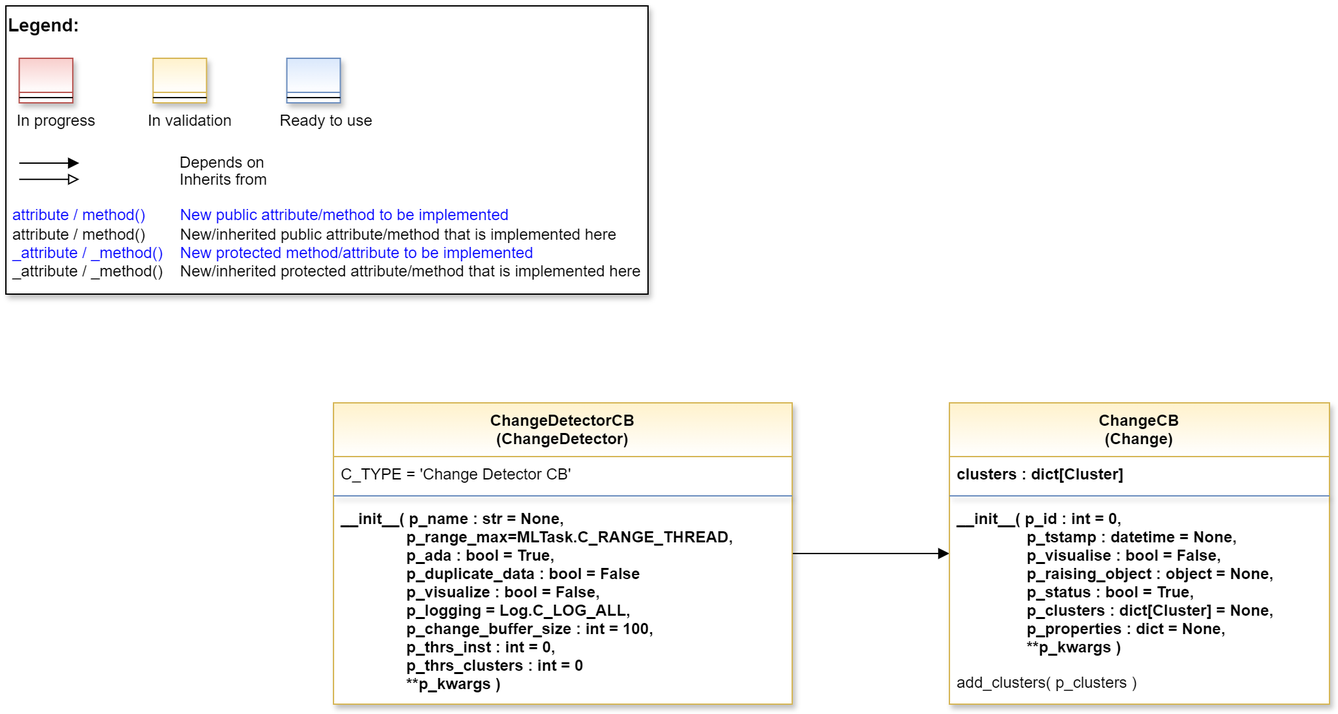
Above: doc/rtd/content/99_appendices/appendix2/sub/mlpro_oa/streams/30_change_detection/00_cluster_based/images/MLPro-OA-Change-Detectors-CB_class_diagram.drawio.png in fhswf/MLPro (draw.io), before the change. Source tidied: cells renumbered, new cells last; positions are measured from the earlier drawing's top-left corner, leaving out a move shared by most shapes. The source it was exported from:
```xml
<mxGraphModel>
  <root>
    <mxCell id="0" />
    <mxCell id="1" parent="0" />
    <mxCell id="2" style="group;" parent="1" vertex="1">
      <mxGeometry width="490" height="220" as="geometry" />
    </mxCell>
    <mxCell id="3" value="&lt;font color=&quot;#000000&quot; size=&quot;1&quot;&gt;&lt;b style=&quot;font-size: 14px&quot;&gt;Legend:&lt;br&gt;&lt;/b&gt;&lt;/font&gt;&lt;br&gt;&lt;br&gt;&lt;br&gt;&lt;font color=&quot;#0000ff&quot; style=&quot;font-size: 6px&quot;&gt;&lt;br&gt;&lt;/font&gt;&lt;span style=&quot;color: rgb(0 , 0 , 0)&quot;&gt;&lt;font style=&quot;font-size: 4px&quot;&gt;&amp;nbsp; &amp;nbsp;&lt;/font&gt;&amp;nbsp;In progress&amp;nbsp; &amp;nbsp; &amp;nbsp; &amp;nbsp; &amp;nbsp; &amp;nbsp; In validation&amp;nbsp; &amp;nbsp; &amp;nbsp; &amp;nbsp; &amp;nbsp; &amp;nbsp;Ready to use&lt;/span&gt;&lt;font color=&quot;#000000&quot;&gt;&amp;nbsp;&lt;br&gt;&lt;/font&gt;&lt;font color=&quot;#0000ff&quot;&gt;&lt;br&gt;&lt;br&gt;&lt;br&gt;&lt;br&gt;&amp;nbsp;attribute / method()&amp;nbsp; &amp;nbsp; &amp;nbsp; &amp;nbsp; New public attribute/method to be implemented&lt;/font&gt;&lt;br&gt;&lt;font color=&quot;#000000&quot;&gt;&amp;nbsp;&lt;/font&gt;&lt;font color=&quot;#000000&quot;&gt;attribute / method()&lt;span&gt; &lt;/span&gt;&amp;nbsp; &amp;nbsp; &amp;nbsp; &amp;nbsp;New/inherited public attribute/method that is implemented here&lt;br&gt;&lt;/font&gt;&lt;font color=&quot;#0000ff&quot;&gt;&amp;nbsp;_attribute /&amp;nbsp;&lt;/font&gt;&lt;font color=&quot;#0000ff&quot;&gt;_method()&amp;nbsp; &amp;nbsp; New protected method/attribute to be implemented&lt;/font&gt;&lt;br&gt;&lt;font color=&quot;#000000&quot;&gt;&amp;nbsp;_attribute / _method()&amp;nbsp; &amp;nbsp; New/inherited protected attribute/method that is implemented here&lt;br&gt;&lt;/font&gt;&lt;font color=&quot;#000000&quot;&gt;&lt;br&gt;&lt;br&gt;&lt;br&gt;&lt;br&gt;&lt;br&gt;&lt;/font&gt;" style="text;html=1;align=left;verticalAlign=top;whiteSpace=wrap;rounded=0;fontColor=#006600;strokeColor=#000000;shadow=1;fillColor=#ffffff;" parent="2" vertex="1">
      <mxGeometry width="490" height="220" as="geometry" />
    </mxCell>
    <mxCell id="4" value="Depends on" style="endArrow=block;html=1;labelPosition=right;verticalLabelPosition=middle;align=left;verticalAlign=middle;endFill=1;fontSize=12;" parent="2" edge="1">
      <mxGeometry x="-1623.1" y="-2180" as="geometry">
        <mxPoint x="10.2" y="120" as="sourcePoint" />
        <mxPoint x="56" y="120" as="targetPoint" />
        <Array as="points">
          <mxPoint x="30.6" y="120" />
        </Array>
        <mxPoint x="98" as="offset" />
      </mxGeometry>
    </mxCell>
    <mxCell id="5" value="Inherits from" style="endArrow=block;html=1;labelPosition=right;verticalLabelPosition=middle;align=left;verticalAlign=middle;endFill=0;fontSize=12;" parent="2" edge="1">
      <mxGeometry x="-1623.1" y="-2180" as="geometry">
        <mxPoint x="10.2" y="132.4" as="sourcePoint" />
        <mxPoint x="56" y="132.4" as="targetPoint" />
        <mxPoint x="98" y="1" as="offset" />
      </mxGeometry>
    </mxCell>
    <mxCell id="6" style="swimlane;fontStyle=3;align=center;verticalAlign=top;horizontal=1;startSize=26;rounded=0;shadow=1;strokeWidth=1;fillColor=#f8cecc;strokeColor=#b85450;gradientColor=#ffffff;swimlaneFillColor=#ffffff;" parent="2" vertex="1">
      <mxGeometry x="10.2" y="40" width="40.8" height="34" as="geometry" />
    </mxCell>
    <mxCell id="7" style="line;html=1;strokeWidth=1;align=left;verticalAlign=middle;spacingTop=-1;spacingLeft=3;spacingRight=3;labelPosition=right;" parent="6" vertex="1">
      <mxGeometry y="26" width="40.8" height="8" as="geometry" />
    </mxCell>
    <mxCell id="8" style="swimlane;fontStyle=3;align=center;verticalAlign=top;horizontal=1;startSize=26;rounded=0;shadow=1;strokeWidth=1;fillColor=#fff2cc;strokeColor=#d6b656;gradientColor=#ffffff;swimlaneFillColor=#ffffff;" parent="2" vertex="1">
      <mxGeometry x="112.3" y="40" width="40.8" height="34" as="geometry" />
    </mxCell>
    <mxCell id="9" style="line;html=1;strokeWidth=1;align=left;verticalAlign=middle;spacingTop=-1;spacingLeft=3;spacingRight=3;labelPosition=right;" parent="8" vertex="1">
      <mxGeometry y="26" width="40.8" height="8" as="geometry" />
    </mxCell>
    <mxCell id="10" style="swimlane;fontStyle=3;align=center;verticalAlign=top;horizontal=1;startSize=26;rounded=0;shadow=1;strokeWidth=1;fillColor=#dae8fc;strokeColor=#6c8ebf;gradientColor=#ffffff;swimlaneFillColor=#ffffff;" parent="2" vertex="1">
      <mxGeometry x="214.4" y="40" width="40.8" height="34" as="geometry" />
    </mxCell>
    <mxCell id="11" style="line;html=1;strokeWidth=1;align=left;verticalAlign=middle;spacingTop=-1;spacingLeft=3;spacingRight=3;labelPosition=right;" parent="10" vertex="1">
      <mxGeometry y="26" width="40.8" height="8" as="geometry" />
    </mxCell>
    <mxCell id="12" style="edgeStyle=orthogonalEdgeStyle;rounded=0;jettySize=auto;html=1;endArrow=block;endFill=1;" parent="1" edge="1" source="13" target="17">
      <mxGeometry relative="1" as="geometry" />
    </mxCell>
    <mxCell id="13" value="ChangeDetectorCB&#10;(ChangeDetector)" style="swimlane;align=center;verticalAlign=top;horizontal=1;startSize=41;rounded=0;shadow=1;strokeWidth=1;fillColor=#fff2cc;strokeColor=#d6b656;swimlaneFillColor=#ffffff;gradientColor=#FFFFFF;" parent="1" vertex="1">
      <mxGeometry x="250" y="303" width="350" height="230" as="geometry" />
    </mxCell>
    <mxCell id="14" value="C_TYPE = 'Change Detector CB'" style="text;align=left;verticalAlign=top;spacingLeft=4;spacingRight=4;overflow=hidden;fontStyle=0;fontColor=default;" parent="13" vertex="1">
      <mxGeometry y="41" width="350" height="26" as="geometry" />
    </mxCell>
    <mxCell id="15" style="line;html=1;strokeWidth=1;align=center;verticalAlign=top;spacingTop=-1;spacingLeft=3;spacingRight=3;labelPosition=right;rounded=0;shadow=1;strokeColor=#6c8ebf;swimlaneFillColor=#ffffff;fontFamily=Helvetica;fontSize=12;fontColor=default;fontStyle=3;fillColor=#dae8fc;gradientColor=#ffffff;" parent="13" vertex="1">
      <mxGeometry y="67" width="350" height="8" as="geometry" />
    </mxCell>
    <mxCell id="16" value="__init__( p_name : str = None,&#10;               p_range_max=MLTask.C_RANGE_THREAD,&#10;               p_ada : bool = True,&#10;               p_duplicate_data : bool = False&#10;               p_visualize : bool = False,&#10;               p_logging = Log.C_LOG_ALL,&#10;               p_change_buffer_size : int = 100,&#10;               p_thrs_inst : int = 0,&#10;               p_thrs_clusters : int = 0&#10;               **p_kwargs )" style="text;align=left;verticalAlign=top;spacingLeft=4;spacingRight=4;overflow=hidden;fontStyle=1;" parent="13" vertex="1">
      <mxGeometry y="75" width="350" height="155" as="geometry" />
    </mxCell>
    <mxCell id="17" value="ChangeCB&#10;(Change)" style="swimlane;fontStyle=1;align=center;verticalAlign=top;horizontal=1;startSize=41;rounded=0;shadow=1;strokeWidth=1;fillColor=#fff2cc;strokeColor=#d6b656;swimlaneFillColor=#ffffff;fontFamily=Helvetica;fontSize=12;gradientColor=#FFFFFF;" parent="1" vertex="1">
      <mxGeometry x="720" y="303" width="290" height="230" as="geometry" />
    </mxCell>
    <mxCell id="18" value="clusters : dict[Cluster]" style="text;align=left;verticalAlign=top;spacingLeft=4;spacingRight=4;overflow=hidden;fontStyle=1;" parent="17" vertex="1">
      <mxGeometry y="41" width="290" height="26" as="geometry" />
    </mxCell>
    <mxCell id="19" style="line;html=1;strokeWidth=1;align=center;verticalAlign=top;spacingTop=-1;spacingLeft=3;spacingRight=3;labelPosition=right;rounded=0;shadow=1;strokeColor=#6c8ebf;swimlaneFillColor=#ffffff;fontFamily=Helvetica;fontSize=12;fontColor=default;fontStyle=1;fillColor=#dae8fc;gradientColor=#ffffff;" parent="17" vertex="1">
      <mxGeometry y="67" width="290" height="8" as="geometry" />
    </mxCell>
    <mxCell id="20" value="__init__( p_id : int = 0,&#10;                p_tstamp : datetime = None,&#10;                p_visualise : bool = False,&#10;                p_raising_object : object = None,&#10;                p_status : bool = True,&#10;                p_clusters : dict[Cluster] = None,&#10;                p_properties : dict = None,&#10;                **p_kwargs )" style="text;align=left;verticalAlign=top;spacingLeft=4;spacingRight=4;overflow=hidden;fontStyle=1;" parent="17" vertex="1">
      <mxGeometry y="75" width="290" height="125" as="geometry" />
    </mxCell>
    <mxCell id="21" value="add_clusters( p_clusters )" style="text;align=left;verticalAlign=top;spacingLeft=4;spacingRight=4;overflow=hidden;points=[[0,0.5],[1,0.5]];portConstraint=eastwest;fontStyle=0;" parent="17" vertex="1">
      <mxGeometry y="200" width="290" height="26" as="geometry" />
    </mxCell>
  </root>
</mxGraphModel>
```
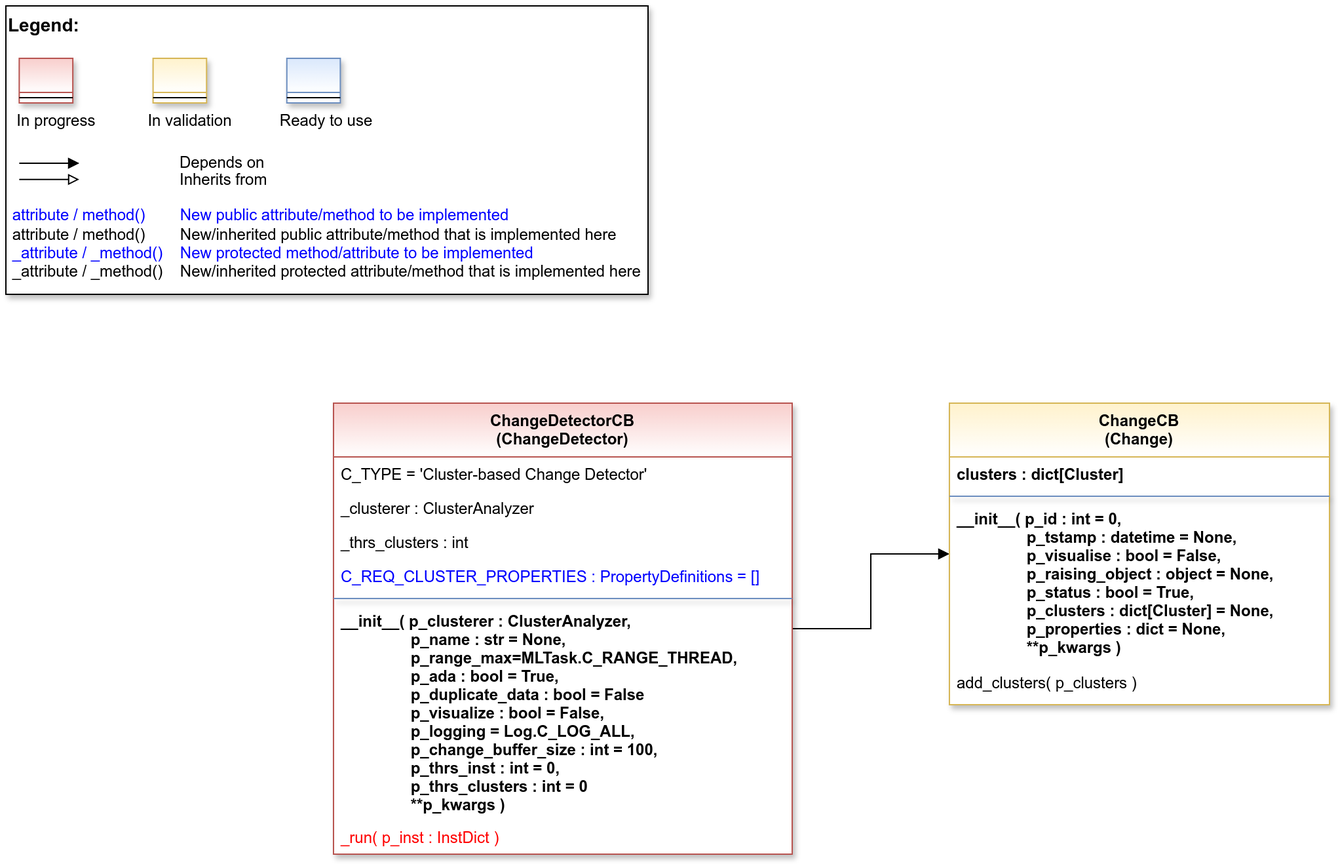
Above is the later version.

Commit message:
OA: Introduction of cluster-based Change Detection #1202

Change to the diagram source:
```diff
@@ -43,35 +43,47 @@
     <mxCell id="11" style="line;html=1;strokeWidth=1;align=left;verticalAlign=middle;spacingTop=-1;spacingLeft=3;spacingRight=3;labelPosition=right;" parent="10" vertex="1">
       <mxGeometry y="26" width="40.8" height="8" as="geometry" />
     </mxCell>
-    <mxCell id="12" style="edgeStyle=orthogonalEdgeStyle;rounded=0;jettySize=auto;html=1;endArrow=block;endFill=1;" parent="1" edge="1" source="13" target="17">
+    <mxCell id="12" style="edgeStyle=orthogonalEdgeStyle;rounded=0;jettySize=auto;html=1;endArrow=block;endFill=1;" parent="1" edge="1" source="13" target="21">
       <mxGeometry relative="1" as="geometry" />
     </mxCell>
-    <mxCell id="13" value="ChangeDetectorCB&#10;(ChangeDetector)" style="swimlane;align=center;verticalAlign=top;horizontal=1;startSize=41;rounded=0;shadow=1;strokeWidth=1;fillColor=#fff2cc;strokeColor=#d6b656;swimlaneFillColor=#ffffff;gradientColor=#FFFFFF;" parent="1" vertex="1">
-      <mxGeometry x="250" y="303" width="350" height="230" as="geometry" />
+    <mxCell id="13" value="ChangeDetectorCB&#10;(ChangeDetector)" style="swimlane;align=center;verticalAlign=top;horizontal=1;startSize=41;rounded=0;shadow=1;strokeWidth=1;fillColor=#f8cecc;strokeColor=#b85450;swimlaneFillColor=#ffffff;gradientColor=#FFFFFF;" parent="1" vertex="1">
+      <mxGeometry x="250" y="303" width="350" height="344" as="geometry" />
     </mxCell>
-    <mxCell id="14" value="C_TYPE = 'Change Detector CB'" style="text;align=left;verticalAlign=top;spacingLeft=4;spacingRight=4;overflow=hidden;fontStyle=0;fontColor=default;" parent="13" vertex="1">
+    <mxCell id="14" value="C_TYPE = 'Cluster-based Change Detector'" style="text;align=left;verticalAlign=top;spacingLeft=4;spacingRight=4;overflow=hidden;fontStyle=0;fontColor=default;" parent="13" vertex="1">
       <mxGeometry y="41" width="350" height="26" as="geometry" />
     </mxCell>
-    <mxCell id="15" style="line;html=1;strokeWidth=1;align=center;verticalAlign=top;spacingTop=-1;spacingLeft=3;spacingRight=3;labelPosition=right;rounded=0;shadow=1;strokeColor=#6c8ebf;swimlaneFillColor=#ffffff;fontFamily=Helvetica;fontSize=12;fontColor=default;fontStyle=3;fillColor=#dae8fc;gradientColor=#ffffff;" parent="13" vertex="1">
-      <mxGeometry y="67" width="350" height="8" as="geometry" />
+    <mxCell id="15" value="_clusterer : ClusterAnalyzer" style="text;align=left;verticalAlign=top;spacingLeft=4;spacingRight=4;overflow=hidden;fontStyle=0;fontColor=default;" parent="13" vertex="1">
+      <mxGeometry y="67" width="350" height="26" as="geometry" />
     </mxCell>
-    <mxCell id="16" value="__init__( p_name : str = None,&#10;               p_range_max=MLTask.C_RANGE_THREAD,&#10;               p_ada : bool = True,&#10;               p_duplicate_data : bool = False&#10;               p_visualize : bool = False,&#10;               p_logging = Log.C_LOG_ALL,&#10;               p_change_buffer_size : int = 100,&#10;               p_thrs_inst : int = 0,&#10;               p_thrs_clusters : int = 0&#10;               **p_kwargs )" style="text;align=left;verticalAlign=top;spacingLeft=4;spacingRight=4;overflow=hidden;fontStyle=1;" parent="13" vertex="1">
-      <mxGeometry y="75" width="350" height="155" as="geometry" />
+    <mxCell id="16" value="_thrs_clusters : int" style="text;align=left;verticalAlign=top;spacingLeft=4;spacingRight=4;overflow=hidden;fontStyle=0;fontColor=default;" parent="13" vertex="1">
+      <mxGeometry y="93" width="350" height="26" as="geometry" />
     </mxCell>
-    <mxCell id="17" value="ChangeCB&#10;(Change)" style="swimlane;fontStyle=1;align=center;verticalAlign=top;horizontal=1;startSize=41;rounded=0;shadow=1;strokeWidth=1;fillColor=#fff2cc;strokeColor=#d6b656;swimlaneFillColor=#ffffff;fontFamily=Helvetica;fontSize=12;gradientColor=#FFFFFF;" parent="1" vertex="1">
-      <mxGeometry x="720" y="303" width="290" height="230" as="geometry" />
+    <mxCell id="17" value="C_REQ_CLUSTER_PROPERTIES : PropertyDefinitions = []" style="text;align=left;verticalAlign=top;spacingLeft=4;spacingRight=4;overflow=hidden;points=[[0,0.5],[1,0.5]];portConstraint=eastwest;fontStyle=0;fontColor=#0000FF;" parent="13" vertex="1">
+      <mxGeometry y="119" width="350" height="26" as="geometry" />
     </mxCell>
-    <mxCell id="18" value="clusters : dict[Cluster]" style="text;align=left;verticalAlign=top;spacingLeft=4;spacingRight=4;overflow=hidden;fontStyle=1;" parent="17" vertex="1">
-      <mxGeometry y="41" width="290" height="26" as="geometry" />
+    <mxCell id="18" style="line;html=1;strokeWidth=1;align=center;verticalAlign=top;spacingTop=-1;spacingLeft=3;spacingRight=3;labelPosition=right;rounded=0;shadow=1;strokeColor=#6c8ebf;swimlaneFillColor=#ffffff;fontFamily=Helvetica;fontSize=12;fontColor=default;fontStyle=3;fillColor=#dae8fc;gradientColor=#ffffff;" parent="13" vertex="1">
+      <mxGeometry y="145" width="350" height="8" as="geometry" />
     </mxCell>
-    <mxCell id="19" style="line;html=1;strokeWidth=1;align=center;verticalAlign=top;spacingTop=-1;spacingLeft=3;spacingRight=3;labelPosition=right;rounded=0;shadow=1;strokeColor=#6c8ebf;swimlaneFillColor=#ffffff;fontFamily=Helvetica;fontSize=12;fontColor=default;fontStyle=1;fillColor=#dae8fc;gradientColor=#ffffff;" parent="17" vertex="1">
-      <mxGeometry y="67" width="290" height="8" as="geometry" />
+    <mxCell id="19" value="__init__( p_clusterer : ClusterAnalyzer,&#10;                p_name : str = None,&#10;                p_range_max=MLTask.C_RANGE_THREAD,&#10;                p_ada : bool = True,&#10;                p_duplicate_data : bool = False&#10;                p_visualize : bool = False,&#10;                p_logging = Log.C_LOG_ALL,&#10;                p_change_buffer_size : int = 100,&#10;                p_thrs_inst : int = 0,&#10;                p_thrs_clusters : int = 0&#10;                **p_kwargs )" style="text;align=left;verticalAlign=top;spacingLeft=4;spacingRight=4;overflow=hidden;fontStyle=1;" parent="13" vertex="1">
+      <mxGeometry y="153" width="350" height="165" as="geometry" />
     </mxCell>
-    <mxCell id="20" value="__init__( p_id : int = 0,&#10;                p_tstamp : datetime = None,&#10;                p_visualise : bool = False,&#10;                p_raising_object : object = None,&#10;                p_status : bool = True,&#10;                p_clusters : dict[Cluster] = None,&#10;                p_properties : dict = None,&#10;                **p_kwargs )" style="text;align=left;verticalAlign=top;spacingLeft=4;spacingRight=4;overflow=hidden;fontStyle=1;" parent="17" vertex="1">
-      <mxGeometry y="75" width="290" height="125" as="geometry" />
+    <mxCell id="20" value="_run( p_inst : InstDict )" style="text;align=left;verticalAlign=top;spacingLeft=4;spacingRight=4;overflow=hidden;fontStyle=0;fontColor=#FF0000;" parent="13" vertex="1">
+      <mxGeometry y="318" width="350" height="26" as="geometry" />
     </mxCell>
-    <mxCell id="21" value="add_clusters( p_clusters )" style="text;align=left;verticalAlign=top;spacingLeft=4;spacingRight=4;overflow=hidden;points=[[0,0.5],[1,0.5]];portConstraint=eastwest;fontStyle=0;" parent="17" vertex="1">
-      <mxGeometry y="200" width="290" height="26" as="geometry" />
+    <mxCell id="21" value="ChangeCB&#10;(Change)" style="swimlane;fontStyle=1;align=center;verticalAlign=top;horizontal=1;startSize=41;rounded=0;shadow=1;strokeWidth=1;fillColor=#fff2cc;strokeColor=#d6b656;swimlaneFillColor=#ffffff;fontFamily=Helvetica;fontSize=12;gradientColor=#FFFFFF;" parent="1" vertex="1">
+      <mxGeometry x="720" y="303" width="290" height="230" as="geometry" />
     </mxCell>
+    <mxCell id="22" value="clusters : dict[Cluster]" style="text;align=left;verticalAlign=top;spacingLeft=4;spacingRight=4;overflow=hidden;fontStyle=1;" parent="21" vertex="1">
+      <mxGeometry y="41" width="290" height="26" as="geometry" />
+    </mxCell>
+    <mxCell id="23" style="line;html=1;strokeWidth=1;align=center;verticalAlign=top;spacingTop=-1;spacingLeft=3;spacingRight=3;labelPosition=right;rounded=0;shadow=1;strokeColor=#6c8ebf;swimlaneFillColor=#ffffff;fontFamily=Helvetica;fontSize=12;fontColor=default;fontStyle=1;fillColor=#dae8fc;gradientColor=#ffffff;" parent="21" vertex="1">
+      <mxGeometry y="67" width="290" height="8" as="geometry" />
+    </mxCell>
+    <mxCell id="24" value="__init__( p_id : int = 0,&#10;                p_tstamp : datetime = None,&#10;                p_visualise : bool = False,&#10;                p_raising_object : object = None,&#10;                p_status : bool = True,&#10;                p_clusters : dict[Cluster] = None,&#10;                p_properties : dict = None,&#10;                **p_kwargs )" style="text;align=left;verticalAlign=top;spacingLeft=4;spacingRight=4;overflow=hidden;fontStyle=1;" parent="21" vertex="1">
+      <mxGeometry y="75" width="290" height="125" as="geometry" />
+    </mxCell>
+    <mxCell id="25" value="add_clusters( p_clusters )" style="text;align=left;verticalAlign=top;spacingLeft=4;spacingRight=4;overflow=hidden;fontStyle=0;" parent="21" vertex="1">
+      <mxGeometry y="200" width="290" height="26" as="geometry" />
+    </mxCell>
   </root>
 </mxGraphModel>
```
